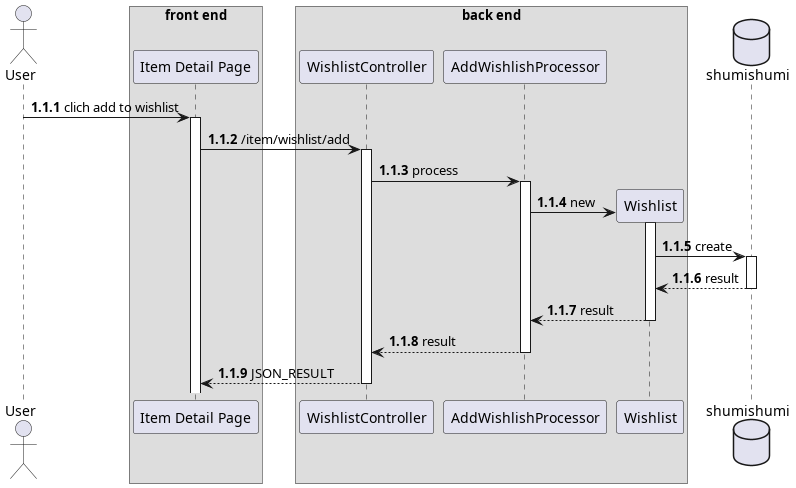
The PlantUML diagram thesis/latex/diagram/sequence diagram/12. wishlist/add to wishlist/add to wishlist.png in aldihsuhandi/skripsi-2023, before a commit. The source it was exported from:
```plantuml
@startuml add to wishlist
autonumber 1.1.1

actor User as u

box "front end"
participant "Item Detail Page" as detail
end box

box "back end"
participant "WishlistController" as wc
participant "AddWishlishProcessor" as proc

participant "Wishlist" as w
end box

database shumishumi as db

u -> detail++ : clich add to wishlist
detail -> wc++ : /item/wishlist/add
wc -> proc++ : process

create w
proc -> w++ : new
w -> db++ : create
return result
return result
return result
return JSON_RESULT

@enduml
```
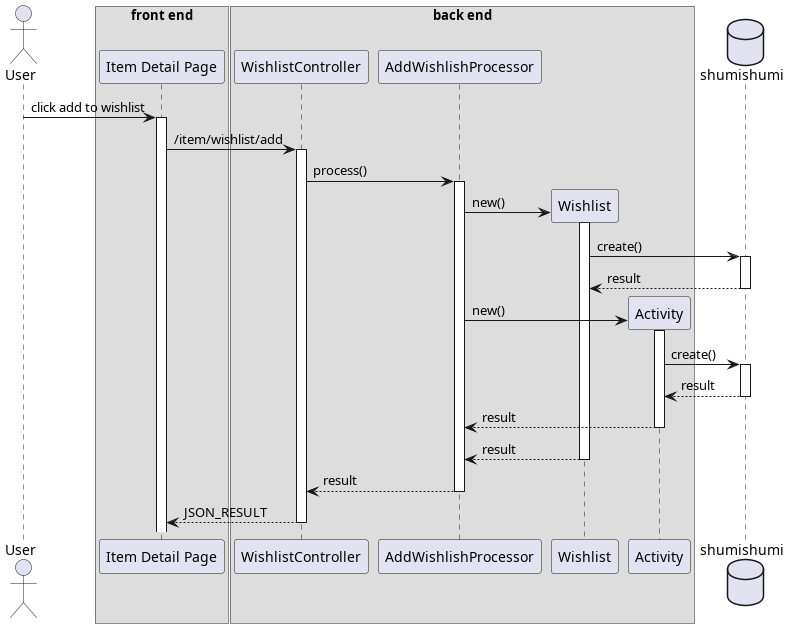
The same file after the commit.

Diff of the diagram source:
```diff
@@ -1,5 +1,4 @@
 @startuml add to wishlist
-autonumber 1.1.1
 
 actor User as u
 
@@ -12,17 +11,24 @@
 participant "AddWishlishProcessor" as proc
 
 participant "Wishlist" as w
+participant "Activity" as am
 end box
 
 database shumishumi as db
 
-u -> detail++ : clich add to wishlist
+u -> detail++ : click add to wishlist
 detail -> wc++ : /item/wishlist/add
-wc -> proc++ : process
+wc -> proc++ : process()
 
 create w
-proc -> w++ : new
-w -> db++ : create
+proc -> w++ : new()
+w -> db++ : create()
+return result
+
+create am
+proc -> am++ : new()
+am -> db++ : create()
+return result
 return result
 return result
 return result
```
